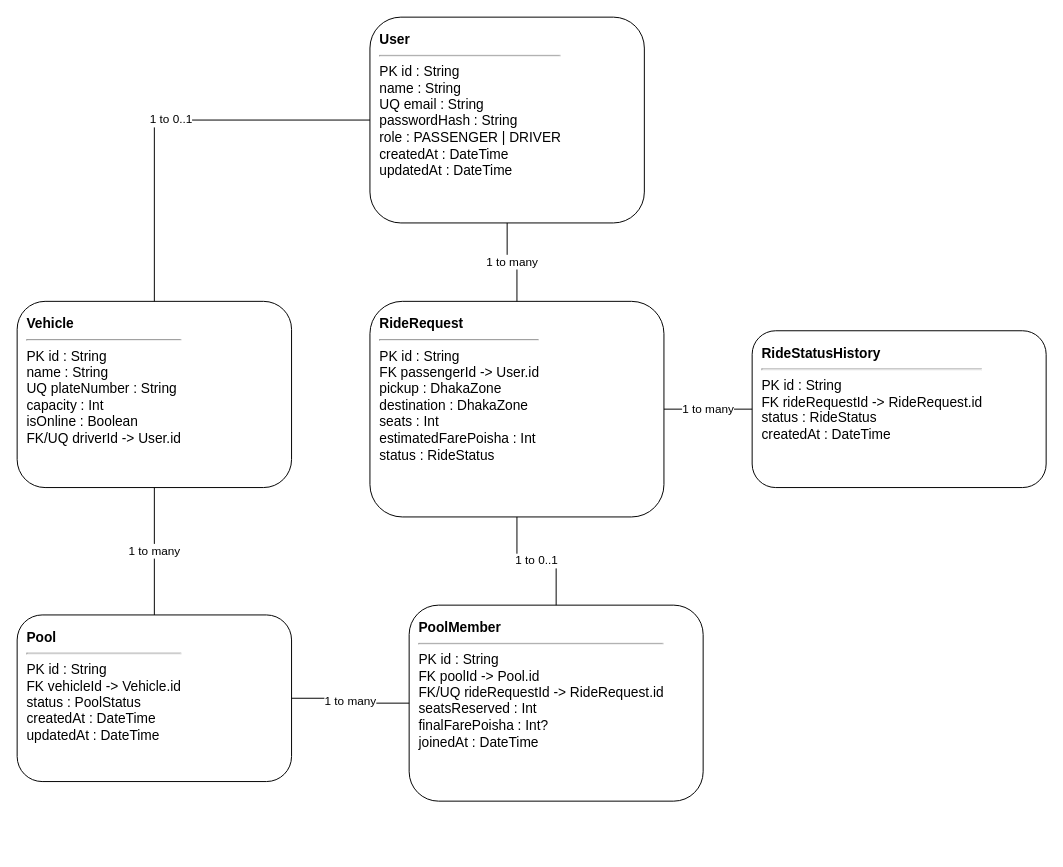
Before: docs/dhaka_tesla_pool_erd.drawio in jnkarim/Dhaka-Tesla-Pool, a draw.io diagram. Source tidied: cells renumbered, new cells numbered last; positions are measured from the earlier drawing's top-left corner, leaving out a move shared by most shapes. Both pictures are drawn from the tidied source at 98%, with x=0, y=0 at pixel (17, 17).
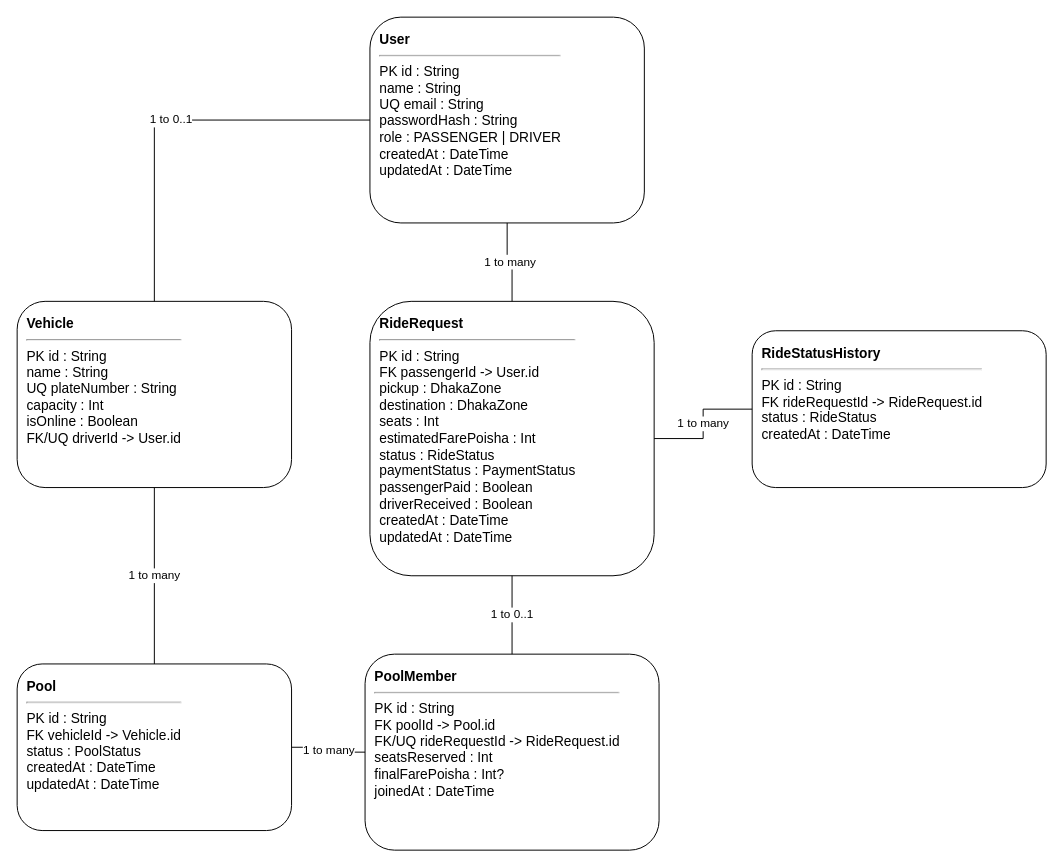
Above is the later version.

The edit, as a diff of the source:
```diff
@@
 <mxGraphModel>
   <root>
     <mxCell id="0" />
     <mxCell id="1" parent="0" />
     <mxCell id="2" value="&lt;b&gt;User&lt;/b&gt;&lt;hr&gt;PK id : String&lt;br&gt;name : String&lt;br&gt;UQ email : String&lt;br&gt;passwordHash : String&lt;br&gt;role : PASSENGER | DRIVER&lt;br&gt;createdAt : DateTime&lt;br&gt;updatedAt : DateTime" style="rounded=1;whiteSpace=wrap;html=1;align=left;verticalAlign=top;spacing=10;fontSize=14;" parent="1" vertex="1">
       <mxGeometry x="360" width="280" height="210" as="geometry" />
     </mxCell>
     <mxCell id="3" value="&lt;b&gt;Vehicle&lt;/b&gt;&lt;hr&gt;PK id : String&lt;br&gt;name : String&lt;br&gt;UQ plateNumber : String&lt;br&gt;capacity : Int&lt;br&gt;isOnline : Boolean&lt;br&gt;FK/UQ driverId -&gt; User.id" style="rounded=1;whiteSpace=wrap;html=1;align=left;verticalAlign=top;spacing=10;fontSize=14;" parent="1" vertex="1">
       <mxGeometry y="290" width="280" height="190" as="geometry" />
     </mxCell>
-    <mxCell id="4" value="&lt;b&gt;RideRequest&lt;/b&gt;&lt;hr&gt;PK id : String&lt;br&gt;FK passengerId -&gt; User.id&lt;br&gt;pickup : DhakaZone&lt;br&gt;destination : DhakaZone&lt;br&gt;seats : Int&lt;br&gt;estimatedFarePoisha : Int&lt;br&gt;status : RideStatus" style="rounded=1;whiteSpace=wrap;html=1;align=left;verticalAlign=top;spacing=10;fontSize=14;" parent="1" vertex="1">
-      <mxGeometry x="360" y="290" width="300" height="220" as="geometry" />
+    <mxCell id="4" value="&lt;b&gt;RideRequest&lt;/b&gt;&lt;hr&gt;PK id : String&lt;br&gt;FK passengerId -&amp;gt; User.id&lt;br&gt;pickup : DhakaZone&lt;br&gt;destination : DhakaZone&lt;br&gt;seats : Int&lt;br&gt;estimatedFarePoisha : Int&lt;br&gt;status : RideStatus&lt;div&gt;&lt;span style=&quot;background-color: transparent; color: light-dark(rgb(0, 0, 0), rgb(255, 255, 255));&quot;&gt;paymentStatus : PaymentStatus&lt;/span&gt;&lt;/div&gt;&lt;div&gt;&lt;span style=&quot;background-color: transparent; color: light-dark(rgb(0, 0, 0), rgb(255, 255, 255));&quot;&gt;passengerPaid : Boolean&lt;/span&gt;&lt;/div&gt;&lt;div&gt;&lt;span style=&quot;background-color: transparent; color: light-dark(rgb(0, 0, 0), rgb(255, 255, 255));&quot;&gt;driverReceived : Boolean&lt;/span&gt;&lt;/div&gt;&lt;div&gt;&lt;span style=&quot;background-color: transparent; color: light-dark(rgb(0, 0, 0), rgb(255, 255, 255));&quot;&gt;createdAt : DateTime&lt;/span&gt;&lt;/div&gt;&lt;div&gt;&lt;span style=&quot;background-color: transparent; color: light-dark(rgb(0, 0, 0), rgb(255, 255, 255));&quot;&gt;updatedAt : DateTime&lt;/span&gt;&lt;/div&gt;" style="rounded=1;whiteSpace=wrap;html=1;align=left;verticalAlign=top;spacing=10;fontSize=14;" parent="1" vertex="1">
+      <mxGeometry x="360" y="290" width="290" height="280" as="geometry" />
     </mxCell>
     <mxCell id="5" value="&lt;b&gt;Pool&lt;/b&gt;&lt;hr&gt;PK id : String&lt;br&gt;FK vehicleId -&gt; Vehicle.id&lt;br&gt;status : PoolStatus&lt;br&gt;createdAt : DateTime&lt;br&gt;updatedAt : DateTime" style="rounded=1;whiteSpace=wrap;html=1;align=left;verticalAlign=top;spacing=10;fontSize=14;" parent="1" vertex="1">
-      <mxGeometry y="610" width="280" height="170" as="geometry" />
+      <mxGeometry y="660" width="280" height="170" as="geometry" />
     </mxCell>
     <mxCell id="6" value="&lt;b&gt;PoolMember&lt;/b&gt;&lt;hr&gt;PK id : String&lt;br&gt;FK poolId -&gt; Pool.id&lt;br&gt;FK/UQ rideRequestId -&gt; RideRequest.id&lt;br&gt;seatsReserved : Int&lt;br&gt;finalFarePoisha : Int?&lt;br&gt;joinedAt : DateTime" style="rounded=1;whiteSpace=wrap;html=1;align=left;verticalAlign=top;spacing=10;fontSize=14;" parent="1" vertex="1">
-      <mxGeometry x="400" y="600" width="300" height="200" as="geometry" />
+      <mxGeometry x="355" y="650" width="300" height="200" as="geometry" />
     </mxCell>
     <mxCell id="7" value="&lt;b&gt;RideStatusHistory&lt;/b&gt;&lt;hr&gt;PK id : String&lt;br&gt;FK rideRequestId -&gt; RideRequest.id&lt;br&gt;status : RideStatus&lt;br&gt;createdAt : DateTime" style="rounded=1;whiteSpace=wrap;html=1;align=left;verticalAlign=top;spacing=10;fontSize=14;" parent="1" vertex="1">
       <mxGeometry x="750" y="320" width="300" height="160" as="geometry" />
     </mxCell>
     <mxCell id="8" value="1 to 0..1" style="edgeStyle=orthogonalEdgeStyle;rounded=0;jettySize=auto;html=1;endArrow=none;startArrow=none;fontSize=12;" parent="1" edge="1" source="2" target="3">
       <mxGeometry relative="1" as="geometry" />
     </mxCell>
     <mxCell id="9" value="1 to many" style="edgeStyle=orthogonalEdgeStyle;rounded=0;jettySize=auto;html=1;endArrow=none;startArrow=none;fontSize=12;" parent="1" edge="1" source="2" target="4">
       <mxGeometry relative="1" as="geometry" />
     </mxCell>
     <mxCell id="10" value="1 to many" style="edgeStyle=orthogonalEdgeStyle;rounded=0;jettySize=auto;html=1;endArrow=none;startArrow=none;fontSize=12;" parent="1" edge="1" source="3" target="5">
       <mxGeometry relative="1" as="geometry" />
     </mxCell>
     <mxCell id="11" value="1 to many" style="edgeStyle=orthogonalEdgeStyle;rounded=0;jettySize=auto;html=1;endArrow=none;startArrow=none;fontSize=12;" parent="1" edge="1" source="5" target="6">
       <mxGeometry relative="1" as="geometry" />
     </mxCell>
     <mxCell id="12" value="1 to 0..1" style="edgeStyle=orthogonalEdgeStyle;rounded=0;jettySize=auto;html=1;endArrow=none;startArrow=none;fontSize=12;" parent="1" edge="1" source="4" target="6">
       <mxGeometry relative="1" as="geometry" />
     </mxCell>
     <mxCell id="13" value="1 to many" style="edgeStyle=orthogonalEdgeStyle;rounded=0;jettySize=auto;html=1;endArrow=none;startArrow=none;fontSize=12;" parent="1" edge="1" source="4" target="7">
       <mxGeometry relative="1" as="geometry" />
     </mxCell>
   </root>
 </mxGraphModel>
```
